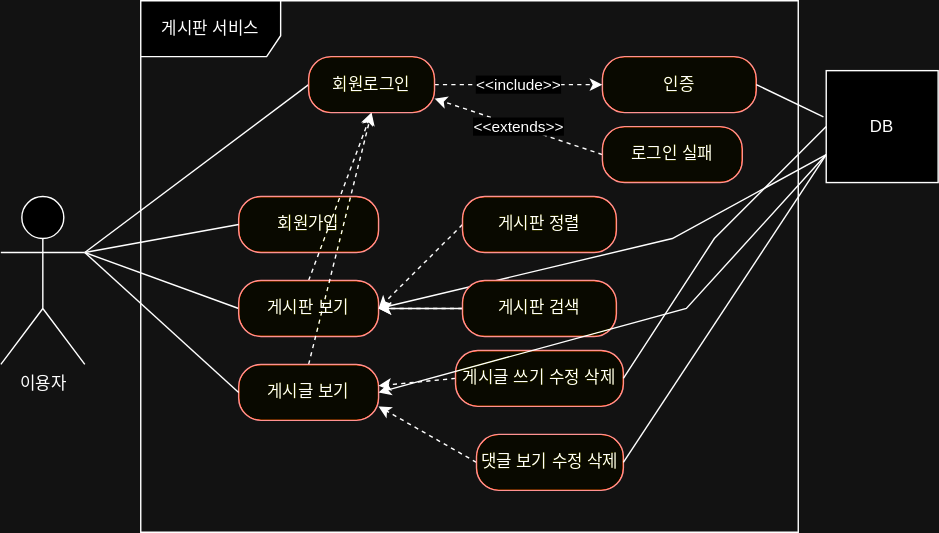
Earlier version of the draw.io export document/use-case.svg (Kim-Hyeong-June/fastcampus-project-board). Source tidied: cells renumbered, new cells last; positions are measured from the earlier drawing's top-left corner, leaving out a move shared by most shapes.
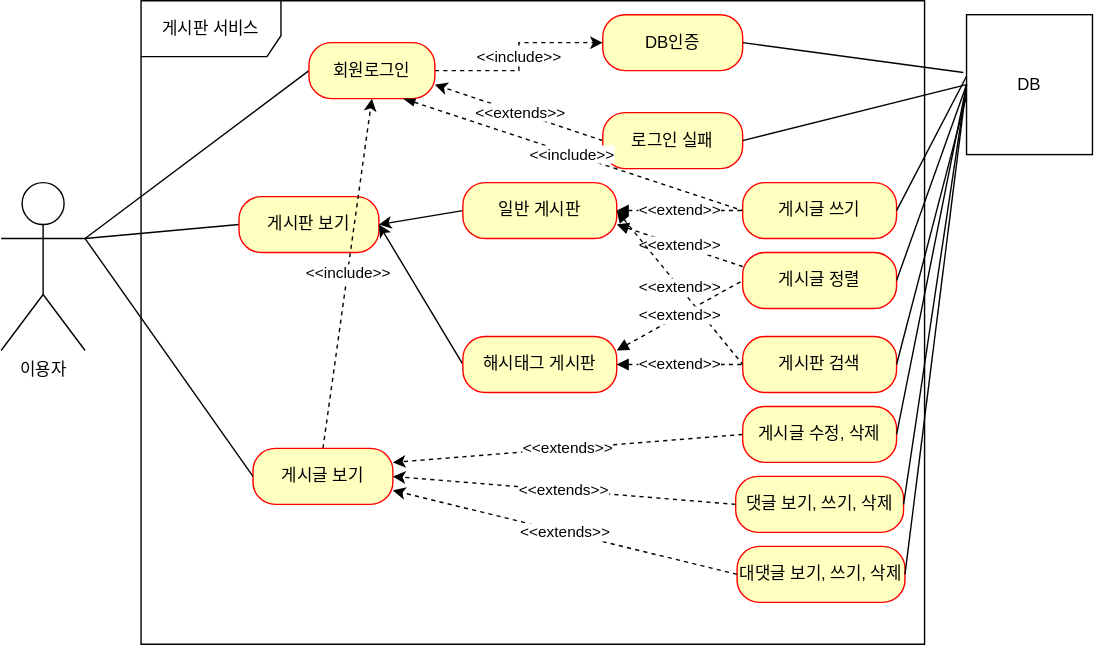
Above is the later version.

Commit message:
[고도화] use-case.svg 업데이트

The edit, as a diff of the source:
```diff
@@ -9,110 +9,123 @@
       <mxGeometry y="140" width="60" height="120" as="geometry" />
     </mxCell>
     <mxCell id="4" value="게시판 서비스" style="shape=umlFrame;whiteSpace=wrap;html=1;width=100;height=40;" parent="1" vertex="1">
-      <mxGeometry x="100" width="470" height="380" as="geometry" />
+      <mxGeometry x="100" y="10" width="560" height="460" as="geometry" />
     </mxCell>
-    <mxCell id="5" value="회원가입" style="rounded=1;whiteSpace=wrap;html=1;arcSize=40;fontColor=#000000;fillColor=#ffffc0;strokeColor=#ff0000;" parent="1" vertex="1">
-      <mxGeometry x="170" y="140" width="100" height="40" as="geometry" />
-    </mxCell>
-    <mxCell id="6" style="rounded=0;jettySize=auto;html=1;exitX=0;exitY=0.5;exitDx=0;exitDy=0;endArrow=none;endFill=0;" parent="1" edge="1" source="9">
-      <mxGeometry relative="1" as="geometry">
-        <mxPoint x="60" y="180" as="targetPoint" />
-      </mxGeometry>
-    </mxCell>
-    <mxCell id="7" style="rounded=0;jettySize=auto;html=1;exitX=0.5;exitY=0;exitDx=0;exitDy=0;entryX=0.5;entryY=1;entryDx=0;entryDy=0;dashed=1;" parent="1" edge="1" source="9" target="18">
-      <mxGeometry relative="1" as="geometry" />
-    </mxCell>
-    <mxCell id="8" style="rounded=0;jettySize=auto;html=1;exitX=1;exitY=0.5;exitDx=0;exitDy=0;entryX=0;entryY=0.75;entryDx=0;entryDy=0;endArrow=none;endFill=0;" parent="1" edge="1" source="9" target="31">
-      <mxGeometry relative="1" as="geometry">
-        <Array as="points">
-          <mxPoint x="480" y="170" />
-        </Array>
-      </mxGeometry>
-    </mxCell>
+    <mxCell id="33" style="rounded=0;jettySize=auto;html=1;exitX=0;exitY=0.5;exitDx=0;exitDy=0;endArrow=none;endFill=0;" parent="1" edge="1" source="9">
+      <mxGeometry relative="1" as="geometry">
+        <mxPoint x="60" y="180" as="targetPoint" />
+      </mxGeometry>
+    </mxCell>
     <mxCell id="9" value="게시판 보기" style="rounded=1;whiteSpace=wrap;html=1;arcSize=40;fontColor=#000000;fillColor=#ffffc0;strokeColor=#ff0000;" parent="1" vertex="1">
-      <mxGeometry x="170" y="200" width="100" height="40" as="geometry" />
+      <mxGeometry x="170" y="150" width="100" height="40" as="geometry" />
     </mxCell>
-    <mxCell id="10" style="rounded=0;jettySize=auto;html=1;exitX=0.5;exitY=0;exitDx=0;exitDy=0;entryX=0.5;entryY=1;entryDx=0;entryDy=0;endArrow=classic;endFill=1;dashed=1;" parent="1" edge="1" source="11" target="18">
+    <mxCell id="10" value="&amp;lt;&amp;lt;include&amp;gt;&amp;gt;" style="rounded=0;jettySize=auto;html=1;exitX=0.5;exitY=0;exitDx=0;exitDy=0;entryX=0.5;entryY=1;entryDx=0;entryDy=0;endArrow=classic;endFill=1;dashed=1;" parent="1" edge="1" source="11" target="18">
       <mxGeometry relative="1" as="geometry" />
     </mxCell>
     <mxCell id="11" value="게시글 보기" style="rounded=1;whiteSpace=wrap;html=1;arcSize=40;fontColor=#000000;fillColor=#ffffc0;strokeColor=#ff0000;" parent="1" vertex="1">
-      <mxGeometry x="170" y="260" width="100" height="40" as="geometry" />
+      <mxGeometry x="180" y="330" width="100" height="40" as="geometry" />
     </mxCell>
-    <mxCell id="12" style="rounded=0;jettySize=auto;html=1;exitX=0;exitY=0.5;exitDx=0;exitDy=0;entryX=1;entryY=0.5;entryDx=0;entryDy=0;dashed=1;" parent="1" edge="1" source="13" target="9">
-      <mxGeometry relative="1" as="geometry" />
-    </mxCell>
-    <mxCell id="13" value="게시판 정렬" style="rounded=1;whiteSpace=wrap;html=1;arcSize=40;fontColor=#000000;fillColor=#ffffc0;strokeColor=#ff0000;" parent="1" vertex="1">
-      <mxGeometry x="330" y="140" width="110" height="40" as="geometry" />
-    </mxCell>
+    <mxCell id="34" style="rounded=0;jettySize=auto;html=1;exitX=0;exitY=0.5;exitDx=0;exitDy=0;entryX=1;entryY=0.5;entryDx=0;entryDy=0;" parent="1" edge="1" source="35" target="9">
+      <mxGeometry relative="1" as="geometry" />
+    </mxCell>
+    <mxCell id="35" value="일반 게시판" style="rounded=1;whiteSpace=wrap;html=1;arcSize=40;fontColor=#000000;fillColor=#ffffc0;strokeColor=#ff0000;" parent="1" vertex="1">
+      <mxGeometry x="330" y="140" width="110" height="40" as="geometry" />
+    </mxCell>
     <mxCell id="14" value="&amp;lt;&amp;lt;extends&amp;gt;&amp;gt;" style="rounded=0;jettySize=auto;html=1;exitX=0;exitY=0.5;exitDx=0;exitDy=0;entryX=1;entryY=0.75;entryDx=0;entryDy=0;endArrow=classic;endFill=1;dashed=1;" parent="1" edge="1" source="15" target="18">
-      <mxGeometry relative="1" as="geometry" />
+      <mxGeometry x="-0.01" relative="1" as="geometry" />
     </mxCell>
     <mxCell id="15" value="로그인 실패" style="rounded=1;whiteSpace=wrap;html=1;arcSize=40;fontColor=#000000;fillColor=#ffffc0;strokeColor=#ff0000;" parent="1" vertex="1">
       <mxGeometry x="430" y="90" width="100" height="40" as="geometry" />
     </mxCell>
-    <mxCell id="16" value="인증" style="rounded=1;whiteSpace=wrap;html=1;arcSize=40;fontColor=#000000;fillColor=#ffffc0;strokeColor=#ff0000;" parent="1" vertex="1">
-      <mxGeometry x="430" y="40" width="110" height="40" as="geometry" />
-    </mxCell>
+    <mxCell id="36" value="DB인증" style="rounded=1;whiteSpace=wrap;html=1;arcSize=40;fontColor=#000000;fillColor=#ffffc0;strokeColor=#ff0000;" parent="1" vertex="1">
+      <mxGeometry x="430" y="20" width="100" height="40" as="geometry" />
+    </mxCell>
-    <mxCell id="17" value="&amp;lt;&amp;lt;include&amp;gt;&amp;gt;" style="edgeStyle=orthogonalEdgeStyle;rounded=0;jettySize=auto;html=1;exitX=1;exitY=0.5;exitDx=0;exitDy=0;entryX=0;entryY=0.5;entryDx=0;entryDy=0;dashed=1;" parent="1" edge="1" source="18" target="16">
+    <mxCell id="17" value="&amp;lt;&amp;lt;include&amp;gt;&amp;gt;" style="edgeStyle=orthogonalEdgeStyle;rounded=0;jettySize=auto;html=1;exitX=1;exitY=0.5;exitDx=0;exitDy=0;entryX=0;entryY=0.5;entryDx=0;entryDy=0;dashed=1;" parent="1" edge="1" source="18" target="36">
       <mxGeometry relative="1" as="geometry" />
     </mxCell>
     <mxCell id="18" value="회원로그인" style="rounded=1;whiteSpace=wrap;html=1;arcSize=40;fontColor=#000000;fillColor=#ffffc0;strokeColor=#ff0000;" parent="1" vertex="1">
       <mxGeometry x="220" y="40" width="90" height="40" as="geometry" />
     </mxCell>
-    <mxCell id="19" style="rounded=0;jettySize=auto;html=1;exitX=0;exitY=0.5;exitDx=0;exitDy=0;entryX=1;entryY=0.5;entryDx=0;entryDy=0;dashed=1;" parent="1" edge="1" source="21" target="9">
-      <mxGeometry relative="1" as="geometry" />
-    </mxCell>
-    <mxCell id="20" style="edgeStyle=orthogonalEdgeStyle;rounded=0;jettySize=auto;html=1;" parent="1" edge="1" source="21" target="9">
-      <mxGeometry relative="1" as="geometry" />
-    </mxCell>
+    <mxCell id="37" style="rounded=0;jettySize=auto;html=1;exitX=0;exitY=0.5;exitDx=0;exitDy=0;entryX=1;entryY=0.5;entryDx=0;entryDy=0;" parent="1" edge="1" source="38" target="9">
+      <mxGeometry relative="1" as="geometry" />
+    </mxCell>
+    <mxCell id="38" value="해시태그 게시판" style="rounded=1;whiteSpace=wrap;html=1;arcSize=40;fontColor=#000000;fillColor=#ffffc0;strokeColor=#ff0000;" parent="1" vertex="1">
+      <mxGeometry x="330" y="250" width="110" height="40" as="geometry" />
+    </mxCell>
+    <mxCell id="27" style="rounded=0;jettySize=auto;html=1;exitX=0;exitY=0.5;exitDx=0;exitDy=0;entryX=1;entryY=0.3333333333333333;entryDx=0;entryDy=0;entryPerimeter=0;endArrow=none;endFill=0;" parent="1" edge="1" source="11" target="3">
+      <mxGeometry relative="1" as="geometry" />
+    </mxCell>
+    <mxCell id="31" value="DB" style="html=1;whiteSpace=wrap;" parent="1" vertex="1">
+      <mxGeometry x="690" y="20" width="90" height="100" as="geometry" />
+    </mxCell>
+    <mxCell id="39" style="rounded=0;jettySize=auto;html=1;entryX=-0.025;entryY=0.413;entryDx=0;entryDy=0;entryPerimeter=0;endArrow=none;endFill=0;exitX=1;exitY=0.5;exitDx=0;exitDy=0;" parent="1" edge="1" source="36" target="31">
+      <mxGeometry relative="1" as="geometry" />
+    </mxCell>
+    <mxCell id="40" value="게시글 쓰기" style="rounded=1;whiteSpace=wrap;html=1;arcSize=40;fontColor=#000000;fillColor=#ffffc0;strokeColor=#ff0000;" parent="1" vertex="1">
+      <mxGeometry x="530" y="140" width="110" height="40" as="geometry" />
+    </mxCell>
+    <mxCell id="41" value="게시글 정렬" style="rounded=1;whiteSpace=wrap;html=1;arcSize=40;fontColor=#000000;fillColor=#ffffc0;strokeColor=#ff0000;" parent="1" vertex="1">
+      <mxGeometry x="530" y="190" width="110" height="40" as="geometry" />
+    </mxCell>
     <mxCell id="21" value="게시판 검색" style="rounded=1;whiteSpace=wrap;html=1;arcSize=40;fontColor=#000000;fillColor=#ffffc0;strokeColor=#ff0000;" parent="1" vertex="1">
-      <mxGeometry x="330" y="200" width="110" height="40" as="geometry" />
+      <mxGeometry x="530" y="250" width="110" height="40" as="geometry" />
     </mxCell>
-    <mxCell id="22" style="rounded=0;jettySize=auto;html=1;exitX=0;exitY=0.5;exitDx=0;exitDy=0;dashed=1;" parent="1" edge="1" source="23" target="11">
-      <mxGeometry relative="1" as="geometry" />
-    </mxCell>
-    <mxCell id="23" value="게시글 쓰기 수정 삭제" style="rounded=1;whiteSpace=wrap;html=1;arcSize=40;fontColor=#000000;fillColor=#ffffc0;strokeColor=#ff0000;" parent="1" vertex="1">
-      <mxGeometry x="325" y="250" width="120" height="40" as="geometry" />
-    </mxCell>
-    <mxCell id="24" style="rounded=0;jettySize=auto;html=1;exitX=0;exitY=0.5;exitDx=0;exitDy=0;entryX=1;entryY=0.75;entryDx=0;entryDy=0;dashed=1;" parent="1" edge="1" source="25" target="11">
-      <mxGeometry relative="1" as="geometry" />
-    </mxCell>
-    <mxCell id="25" value="댓글 보기 수정 삭제" style="rounded=1;whiteSpace=wrap;html=1;arcSize=40;fontColor=#000000;fillColor=#ffffc0;strokeColor=#ff0000;" parent="1" vertex="1">
-      <mxGeometry x="340" y="310" width="105" height="40" as="geometry" />
-    </mxCell>
-    <mxCell id="26" style="rounded=0;jettySize=auto;html=1;exitX=0;exitY=0.5;exitDx=0;exitDy=0;endArrow=none;endFill=0;" parent="1" edge="1" source="5">
-      <mxGeometry relative="1" as="geometry">
-        <mxPoint x="60" y="180" as="targetPoint" />
-      </mxGeometry>
-    </mxCell>
-    <mxCell id="27" style="rounded=0;jettySize=auto;html=1;exitX=0;exitY=0.5;exitDx=0;exitDy=0;entryX=1;entryY=0.3333333333333333;entryDx=0;entryDy=0;entryPerimeter=0;endArrow=none;endFill=0;" parent="1" edge="1" source="11" target="3">
-      <mxGeometry relative="1" as="geometry" />
-    </mxCell>
-    <mxCell id="28" style="rounded=0;jettySize=auto;html=1;exitX=0;exitY=0.75;exitDx=0;exitDy=0;entryX=1;entryY=0.5;entryDx=0;entryDy=0;" parent="1" edge="1" source="31" target="11">
-      <mxGeometry relative="1" as="geometry">
-        <Array as="points">
-          <mxPoint x="490" y="220" />
-        </Array>
-      </mxGeometry>
-    </mxCell>
-    <mxCell id="29" style="rounded=0;jettySize=auto;html=1;entryX=1;entryY=0.5;entryDx=0;entryDy=0;endArrow=none;endFill=0;" parent="1" edge="1" target="23">
-      <mxGeometry relative="1" as="geometry">
-        <mxPoint x="590" y="90" as="sourcePoint" />
-        <Array as="points">
-          <mxPoint x="510" y="170" />
-        </Array>
-      </mxGeometry>
-    </mxCell>
-    <mxCell id="30" style="rounded=0;jettySize=auto;html=1;exitX=0;exitY=0.75;exitDx=0;exitDy=0;entryX=1;entryY=0.5;entryDx=0;entryDy=0;endArrow=none;endFill=0;" parent="1" edge="1" source="31" target="25">
-      <mxGeometry relative="1" as="geometry" />
-    </mxCell>
-    <mxCell id="31" value="DB" style="html=1;whiteSpace=wrap;" parent="1" vertex="1">
-      <mxGeometry x="590" y="50" width="80" height="80" as="geometry" />
-    </mxCell>
-    <mxCell id="32" style="rounded=0;jettySize=auto;html=1;entryX=-0.025;entryY=0.413;entryDx=0;entryDy=0;entryPerimeter=0;endArrow=none;endFill=0;" parent="1" edge="1" target="31">
-      <mxGeometry relative="1" as="geometry">
-        <mxPoint x="540" y="60" as="sourcePoint" />
-      </mxGeometry>
-    </mxCell>
+    <mxCell id="42" value="게시글 수정, 삭제" style="rounded=1;whiteSpace=wrap;html=1;arcSize=40;fontColor=#000000;fillColor=#ffffc0;strokeColor=#ff0000;" parent="1" vertex="1">
+      <mxGeometry x="530" y="300" width="110" height="40" as="geometry" />
+    </mxCell>
+    <mxCell id="43" value="댓글 보기, 쓰기, 삭제" style="rounded=1;whiteSpace=wrap;html=1;arcSize=40;fontColor=#000000;fillColor=#ffffc0;strokeColor=#ff0000;" parent="1" vertex="1">
+      <mxGeometry x="525" y="350" width="120" height="40" as="geometry" />
+    </mxCell>
+    <mxCell id="44" value="대댓글 보기, 쓰기, 삭제" style="rounded=1;whiteSpace=wrap;html=1;arcSize=40;fontColor=#000000;fillColor=#ffffc0;strokeColor=#ff0000;" parent="1" vertex="1">
+      <mxGeometry x="526" y="400" width="120" height="40" as="geometry" />
+    </mxCell>
+    <mxCell id="45" style="rounded=0;jettySize=auto;html=1;entryX=0;entryY=0.5;entryDx=0;entryDy=0;endArrow=none;endFill=0;exitX=1;exitY=0.5;exitDx=0;exitDy=0;" parent="1" edge="1" source="15" target="31">
+      <mxGeometry relative="1" as="geometry" />
+    </mxCell>
+    <mxCell id="46" style="rounded=0;jettySize=auto;html=1;entryX=0;entryY=0.44;entryDx=0;entryDy=0;endArrow=none;endFill=0;exitX=1;exitY=0.5;exitDx=0;exitDy=0;entryPerimeter=0;" parent="1" edge="1" source="40" target="31">
+      <mxGeometry relative="1" as="geometry" />
+    </mxCell>
+    <mxCell id="47" style="rounded=0;jettySize=auto;html=1;entryX=0;entryY=0.5;entryDx=0;entryDy=0;endArrow=none;endFill=0;exitX=1;exitY=0.5;exitDx=0;exitDy=0;" parent="1" edge="1" source="41" target="31">
+      <mxGeometry relative="1" as="geometry" />
+    </mxCell>
+    <mxCell id="48" style="rounded=0;jettySize=auto;html=1;endArrow=none;endFill=0;entryX=0;entryY=0.58;entryDx=0;entryDy=0;entryPerimeter=0;exitX=1;exitY=0.5;exitDx=0;exitDy=0;" parent="1" edge="1" source="21" target="31">
+      <mxGeometry relative="1" as="geometry" />
+    </mxCell>
+    <mxCell id="49" style="rounded=0;jettySize=auto;html=1;endArrow=none;endFill=0;entryX=0;entryY=0.5;entryDx=0;entryDy=0;exitX=1;exitY=0.5;exitDx=0;exitDy=0;" parent="1" edge="1" source="42" target="31">
+      <mxGeometry relative="1" as="geometry" />
+    </mxCell>
+    <mxCell id="50" style="rounded=0;jettySize=auto;html=1;endArrow=none;endFill=0;entryX=0;entryY=0.5;entryDx=0;entryDy=0;exitX=1;exitY=0.5;exitDx=0;exitDy=0;" parent="1" edge="1" source="43" target="31">
+      <mxGeometry relative="1" as="geometry" />
+    </mxCell>
+    <mxCell id="51" style="rounded=0;jettySize=auto;html=1;endArrow=none;endFill=0;entryX=0;entryY=0.5;entryDx=0;entryDy=0;exitX=1;exitY=0.5;exitDx=0;exitDy=0;" parent="1" edge="1" source="44" target="31">
+      <mxGeometry relative="1" as="geometry" />
+    </mxCell>
+    <mxCell id="52" value="&amp;lt;&amp;lt;extend&amp;gt;&amp;gt;" style="endArrow=none;dashed=1;html=1;rounded=0;entryX=0;entryY=0.5;entryDx=0;entryDy=0;exitX=1;exitY=0.5;exitDx=0;exitDy=0;startArrow=block;startFill=1;" parent="1" edge="1" source="35" target="40">
+      <mxGeometry relative="1" as="geometry" />
+    </mxCell>
+    <mxCell id="53" value="&amp;lt;&amp;lt;extend&amp;gt;&amp;gt;" style="endArrow=none;dashed=1;html=1;rounded=0;exitX=1;exitY=0.75;exitDx=0;exitDy=0;entryX=0;entryY=0.25;entryDx=0;entryDy=0;startArrow=block;startFill=1;" parent="1" edge="1" source="35" target="41">
+      <mxGeometry relative="1" as="geometry" />
+    </mxCell>
+    <mxCell id="54" value="&amp;lt;&amp;lt;extend&amp;gt;&amp;gt;" style="endArrow=none;dashed=1;html=1;rounded=0;exitX=1;exitY=0.5;exitDx=0;exitDy=0;entryX=0;entryY=0.5;entryDx=0;entryDy=0;startArrow=block;startFill=1;" parent="1" edge="1" source="38" target="21">
+      <mxGeometry relative="1" as="geometry" />
+    </mxCell>
+    <mxCell id="55" value="&amp;lt;&amp;lt;extend&amp;gt;&amp;gt;" style="endArrow=none;dashed=1;html=1;rounded=0;exitX=1;exitY=0.5;exitDx=0;exitDy=0;entryX=0;entryY=0.5;entryDx=0;entryDy=0;startArrow=block;startFill=1;" parent="1" edge="1" source="35" target="21">
+      <mxGeometry relative="1" as="geometry" />
+    </mxCell>
+    <mxCell id="56" value="&amp;lt;&amp;lt;extend&amp;gt;&amp;gt;" style="endArrow=none;dashed=1;html=1;rounded=0;exitX=1;exitY=0.25;exitDx=0;exitDy=0;startArrow=block;startFill=1;entryX=0;entryY=0.5;entryDx=0;entryDy=0;" parent="1" edge="1" source="38" target="41">
+      <mxGeometry relative="1" as="geometry" />
+    </mxCell>
+    <mxCell id="57" value="&amp;lt;&amp;lt;extends&amp;gt;&amp;gt;" style="rounded=0;jettySize=auto;html=1;exitX=0;exitY=0.5;exitDx=0;exitDy=0;entryX=1;entryY=0.25;entryDx=0;entryDy=0;dashed=1;" parent="1" edge="1" source="42" target="11">
+      <mxGeometry relative="1" as="geometry" />
+    </mxCell>
+    <mxCell id="58" value="&amp;lt;&amp;lt;extends&amp;gt;&amp;gt;" style="rounded=0;jettySize=auto;html=1;exitX=0;exitY=0.5;exitDx=0;exitDy=0;entryX=1;entryY=0.5;entryDx=0;entryDy=0;dashed=1;" parent="1" edge="1" source="43" target="11">
+      <mxGeometry relative="1" as="geometry" />
+    </mxCell>
+    <mxCell id="59" value="&amp;lt;&amp;lt;extends&amp;gt;&amp;gt;" style="rounded=0;jettySize=auto;html=1;exitX=0;exitY=0.5;exitDx=0;exitDy=0;entryX=1;entryY=0.75;entryDx=0;entryDy=0;dashed=1;" parent="1" edge="1" source="44" target="11">
+      <mxGeometry relative="1" as="geometry" />
+    </mxCell>
+    <mxCell id="60" value="&amp;lt;&amp;lt;include&amp;gt;&amp;gt;" style="endArrow=none;dashed=1;html=1;rounded=0;entryX=0;entryY=0.5;entryDx=0;entryDy=0;exitX=0.75;exitY=1;exitDx=0;exitDy=0;startArrow=blockThin;startFill=1;" parent="1" edge="1" source="18" target="40">
+      <mxGeometry relative="1" as="geometry" />
+    </mxCell>
   </root>
 </mxGraphModel>
```
